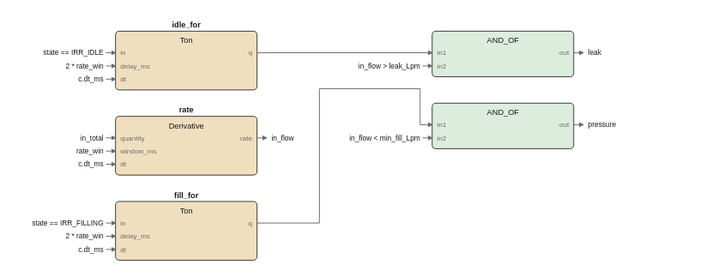
pstch/botanik2 keeps this draw.io diagram as images/logic/irr_mtr_input_fbd.drawio.svg. Above is the earlier version. Source tidied: cells renumbered, new cells last; positions are measured from the earlier drawing's top-left corner, leaving out a move shared by most shapes.
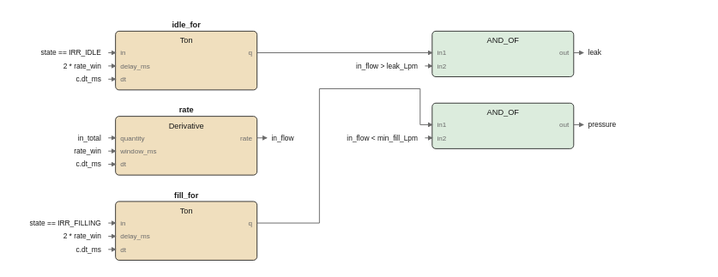
The same diagram one commit later.

Change to the diagram source:
```diff
@@ -95,43 +95,35 @@
     <mxCell id="32" value="out" style="text;html=1;whiteSpace=nowrap;fontSize=6;fontColor=#6b6b6b;align=right;verticalAlign=middle;" parent="1" vertex="1">
       <mxGeometry x="438" y="83.7" width="20" height="9.8" as="geometry" />
     </mxCell>
-    <mxCell id="33" style="edgeStyle=none;html=1;strokeColor=#6b6b6b;endArrow=block;" parent="1" edge="1">
+    <mxCell id="33" style="edgeStyle=none;html=1;strokeColor=#6b6b6b;endArrow=block;exitX=1;exitY=0.3673;exitDx=0;exitDy=0;" parent="1" edge="1" source="9">
       <mxGeometry relative="1" as="geometry">
-        <mxPoint x="198" y="99" as="sourcePoint" />
         <mxPoint x="206" y="99" as="targetPoint" />
       </mxGeometry>
     </mxCell>
     <mxCell id="34" value="in_flow" style="text;html=1;whiteSpace=nowrap;fontSize=6;fontColor=#1a1a1a;align=left;verticalAlign=middle;" parent="1" vertex="1">
       <mxGeometry x="210" y="94.5" width="27.1" height="10" as="geometry" />
     </mxCell>
-    <mxCell id="35" style="edgeStyle=none;html=1;strokeColor=#6b6b6b;endArrow=block;" parent="1" edge="1">
+    <mxCell id="35" style="edgeStyle=none;html=1;strokeColor=#6b6b6b;endArrow=block;exitX=1;exitY=0.4737;exitDx=0;exitDy=0;" parent="1" edge="1" source="23">
       <mxGeometry relative="1" as="geometry">
-        <mxPoint x="462" y="28" as="sourcePoint" />
         <mxPoint x="470" y="28" as="targetPoint" />
       </mxGeometry>
     </mxCell>
     <mxCell id="36" value="leak" style="text;html=1;whiteSpace=nowrap;fontSize=6;fontColor=#1a1a1a;align=left;verticalAlign=middle;" parent="1" vertex="1">
       <mxGeometry x="474" y="23.5" width="20" height="10" as="geometry" />
     </mxCell>
-    <mxCell id="37" style="edgeStyle=none;html=1;strokeColor=#6b6b6b;endArrow=block;" parent="1" edge="1">
+    <mxCell id="37" style="edgeStyle=none;html=1;strokeColor=#6b6b6b;endArrow=block;exitX=1;exitY=0.4737;exitDx=0;exitDy=0;" parent="1" edge="1" source="28">
       <mxGeometry relative="1" as="geometry">
-        <mxPoint x="462" y="88" as="sourcePoint" />
         <mxPoint x="470" y="88" as="targetPoint" />
       </mxGeometry>
     </mxCell>
     <mxCell id="38" value="pressure" style="text;html=1;whiteSpace=nowrap;fontSize=6;fontColor=#1a1a1a;align=left;verticalAlign=middle;" parent="1" vertex="1">
       <mxGeometry x="474" y="83.5" width="30.4" height="10" as="geometry" />
     </mxCell>
-    <mxCell id="39" style="edgeStyle=none;html=1;strokeColor=#6b6b6b;endArrow=block;" parent="1" edge="1">
-      <mxGeometry relative="1" as="geometry">
-        <mxPoint x="198" y="28" as="sourcePoint" />
-        <mxPoint x="344" y="28" as="targetPoint" />
-      </mxGeometry>
+    <mxCell id="39" style="edgeStyle=none;html=1;strokeColor=#6b6b6b;endArrow=block;exitX=1;exitY=0.3673;exitDx=0;exitDy=0;entryX=0;entryY=0.4737;entryDx=0;entryDy=0;" parent="1" edge="1" source="2" target="23">
+      <mxGeometry relative="1" as="geometry" />
     </mxCell>
-    <mxCell id="40" style="edgeStyle=none;html=1;strokeColor=#6b6b6b;endArrow=block;" parent="1" edge="1">
+    <mxCell id="40" style="edgeStyle=none;html=1;strokeColor=#6b6b6b;endArrow=block;exitX=1;exitY=0.3673;exitDx=0;exitDy=0;entryX=0;entryY=0.4737;entryDx=0;entryDy=0;" parent="1" edge="1" source="16" target="28">
       <mxGeometry relative="1" as="geometry">
-        <mxPoint x="198" y="170" as="sourcePoint" />
-        <mxPoint x="344" y="88" as="targetPoint" />
         <Array as="points">
           <mxPoint x="250" y="170" />
           <mxPoint x="250" y="58" />
@@ -141,102 +133,91 @@
       </mxGeometry>
     </mxCell>
     <mxCell id="41" value="in_total" style="text;html=1;whiteSpace=nowrap;fontSize=6;fontColor=#1a1a1a;align=right;verticalAlign=middle;" parent="1" vertex="1">
-      <mxGeometry x="39.6" y="94.5" width="30.4" height="10" as="geometry" />
+      <mxGeometry x="37.6" y="94.5" width="30.4" height="10" as="geometry" />
     </mxCell>
-    <mxCell id="42" style="edgeStyle=none;html=1;strokeColor=#6b6b6b;endArrow=block;" parent="1" edge="1">
+    <mxCell id="42" style="edgeStyle=none;html=1;strokeColor=#6b6b6b;endArrow=block;entryX=0;entryY=0.3673;entryDx=0;entryDy=0;" parent="1" edge="1" target="9">
       <mxGeometry relative="1" as="geometry">
-        <mxPoint x="72" y="99" as="sourcePoint" />
-        <mxPoint x="80" y="99" as="targetPoint" />
+        <mxPoint x="74" y="99" as="sourcePoint" />
       </mxGeometry>
     </mxCell>
     <mxCell id="43" value="rate_win" style="text;html=1;whiteSpace=nowrap;fontSize=6;fontColor=#1a1a1a;align=right;verticalAlign=middle;" parent="1" vertex="1">
-      <mxGeometry x="39.6" y="105.5" width="30.4" height="10" as="geometry" />
+      <mxGeometry x="37.6" y="105.5" width="30.4" height="10" as="geometry" />
     </mxCell>
-    <mxCell id="44" style="edgeStyle=none;html=1;strokeColor=#6b6b6b;endArrow=block;" parent="1" edge="1">
+    <mxCell id="44" style="edgeStyle=none;html=1;strokeColor=#6b6b6b;endArrow=block;entryX=0;entryY=0.5918;entryDx=0;entryDy=0;" parent="1" edge="1" target="9">
       <mxGeometry relative="1" as="geometry">
-        <mxPoint x="72" y="110" as="sourcePoint" />
-        <mxPoint x="80" y="110" as="targetPoint" />
+        <mxPoint x="74" y="110" as="sourcePoint" />
       </mxGeometry>
     </mxCell>
     <mxCell id="45" value="c.dt_ms" style="text;html=1;whiteSpace=nowrap;fontSize=6;fontColor=#1a1a1a;align=right;verticalAlign=middle;" parent="1" vertex="1">
-      <mxGeometry x="42.9" y="116.5" width="27.1" height="10" as="geometry" />
+      <mxGeometry x="40.9" y="116.5" width="27.1" height="10" as="geometry" />
     </mxCell>
-    <mxCell id="46" style="edgeStyle=none;html=1;strokeColor=#6b6b6b;endArrow=block;" parent="1" edge="1">
+    <mxCell id="46" style="edgeStyle=none;html=1;strokeColor=#6b6b6b;endArrow=block;entryX=0;entryY=0.8163;entryDx=0;entryDy=0;" parent="1" edge="1" target="9">
       <mxGeometry relative="1" as="geometry">
-        <mxPoint x="72" y="121" as="sourcePoint" />
-        <mxPoint x="80" y="121" as="targetPoint" />
+        <mxPoint x="74" y="121" as="sourcePoint" />
       </mxGeometry>
     </mxCell>
     <mxCell id="47" value="state == IRR_IDLE" style="text;html=1;whiteSpace=nowrap;fontSize=6;fontColor=#1a1a1a;align=right;verticalAlign=middle;" parent="1" vertex="1">
-      <mxGeometry x="9.9" y="23.5" width="60.1" height="10" as="geometry" />
+      <mxGeometry x="7.9" y="23.5" width="60.1" height="10" as="geometry" />
     </mxCell>
-    <mxCell id="48" style="edgeStyle=none;html=1;strokeColor=#6b6b6b;endArrow=block;" parent="1" edge="1">
+    <mxCell id="48" style="edgeStyle=none;html=1;strokeColor=#6b6b6b;endArrow=block;entryX=0;entryY=0.3673;entryDx=0;entryDy=0;" parent="1" edge="1" target="2">
       <mxGeometry relative="1" as="geometry">
-        <mxPoint x="72" y="28" as="sourcePoint" />
-        <mxPoint x="80" y="28" as="targetPoint" />
+        <mxPoint x="74" y="28" as="sourcePoint" />
       </mxGeometry>
     </mxCell>
     <mxCell id="49" value="2 * rate_win" style="text;html=1;whiteSpace=nowrap;fontSize=6;fontColor=#1a1a1a;align=right;verticalAlign=middle;" parent="1" vertex="1">
-      <mxGeometry x="26.4" y="34.5" width="43.6" height="10" as="geometry" />
+      <mxGeometry x="24.4" y="34.5" width="43.6" height="10" as="geometry" />
     </mxCell>
-    <mxCell id="50" style="edgeStyle=none;html=1;strokeColor=#6b6b6b;endArrow=block;" parent="1" edge="1">
+    <mxCell id="50" style="edgeStyle=none;html=1;strokeColor=#6b6b6b;endArrow=block;entryX=0;entryY=0.5918;entryDx=0;entryDy=0;" parent="1" edge="1" target="2">
       <mxGeometry relative="1" as="geometry">
-        <mxPoint x="72" y="39" as="sourcePoint" />
-        <mxPoint x="80" y="39" as="targetPoint" />
+        <mxPoint x="74" y="39" as="sourcePoint" />
       </mxGeometry>
     </mxCell>
     <mxCell id="51" value="c.dt_ms" style="text;html=1;whiteSpace=nowrap;fontSize=6;fontColor=#1a1a1a;align=right;verticalAlign=middle;" parent="1" vertex="1">
-      <mxGeometry x="42.9" y="45.5" width="27.1" height="10" as="geometry" />
+      <mxGeometry x="40.9" y="45.5" width="27.1" height="10" as="geometry" />
     </mxCell>
-    <mxCell id="52" style="edgeStyle=none;html=1;strokeColor=#6b6b6b;endArrow=block;" parent="1" edge="1">
+    <mxCell id="52" style="edgeStyle=none;html=1;strokeColor=#6b6b6b;endArrow=block;entryX=0;entryY=0.8163;entryDx=0;entryDy=0;" parent="1" edge="1" target="2">
       <mxGeometry relative="1" as="geometry">
-        <mxPoint x="72" y="50" as="sourcePoint" />
-        <mxPoint x="80" y="50" as="targetPoint" />
+        <mxPoint x="74" y="50" as="sourcePoint" />
       </mxGeometry>
     </mxCell>
     <mxCell id="53" value="in_flow &gt; leak_Lpm" style="text;html=1;whiteSpace=nowrap;fontSize=6;fontColor=#1a1a1a;align=right;verticalAlign=middle;" parent="1" vertex="1">
-      <mxGeometry x="270.6" y="34.5" width="63.4" height="10" as="geometry" />
+      <mxGeometry x="268.6" y="34.5" width="63.4" height="10" as="geometry" />
     </mxCell>
-    <mxCell id="54" style="edgeStyle=none;html=1;strokeColor=#6b6b6b;endArrow=block;" parent="1" edge="1">
+    <mxCell id="54" style="edgeStyle=none;html=1;strokeColor=#6b6b6b;endArrow=block;entryX=0;entryY=0.7632;entryDx=0;entryDy=0;" parent="1" edge="1" target="23">
       <mxGeometry relative="1" as="geometry">
-        <mxPoint x="336" y="39" as="sourcePoint" />
-        <mxPoint x="344" y="39" as="targetPoint" />
+        <mxPoint x="338" y="39" as="sourcePoint" />
       </mxGeometry>
     </mxCell>
     <mxCell id="55" value="state == IRR_FILLING" style="text;html=1;whiteSpace=nowrap;fontSize=6;fontColor=#1a1a1a;align=right;verticalAlign=middle;" parent="1" vertex="1">
-      <mxGeometry y="165.5" width="70" height="10" as="geometry" />
+      <mxGeometry x="-2" y="165.5" width="70" height="10" as="geometry" />
     </mxCell>
-    <mxCell id="56" style="edgeStyle=none;html=1;strokeColor=#6b6b6b;endArrow=block;" parent="1" edge="1">
+    <mxCell id="56" style="edgeStyle=none;html=1;strokeColor=#6b6b6b;endArrow=block;entryX=0;entryY=0.3673;entryDx=0;entryDy=0;" parent="1" edge="1" target="16">
       <mxGeometry relative="1" as="geometry">
-        <mxPoint x="72" y="170" as="sourcePoint" />
-        <mxPoint x="80" y="170" as="targetPoint" />
+        <mxPoint x="74" y="170" as="sourcePoint" />
       </mxGeometry>
     </mxCell>
     <mxCell id="57" value="2 * rate_win" style="text;html=1;whiteSpace=nowrap;fontSize=6;fontColor=#1a1a1a;align=right;verticalAlign=middle;" parent="1" vertex="1">
-      <mxGeometry x="26.4" y="176.5" width="43.6" height="10" as="geometry" />
+      <mxGeometry x="24.4" y="176.5" width="43.6" height="10" as="geometry" />
     </mxCell>
-    <mxCell id="58" style="edgeStyle=none;html=1;strokeColor=#6b6b6b;endArrow=block;" parent="1" edge="1">
+    <mxCell id="58" style="edgeStyle=none;html=1;strokeColor=#6b6b6b;endArrow=block;entryX=0;entryY=0.5918;entryDx=0;entryDy=0;" parent="1" edge="1" target="16">
       <mxGeometry relative="1" as="geometry">
-        <mxPoint x="72" y="181" as="sourcePoint" />
-        <mxPoint x="80" y="181" as="targetPoint" />
+        <mxPoint x="74" y="181" as="sourcePoint" />
       </mxGeometry>
     </mxCell>
     <mxCell id="59" value="c.dt_ms" style="text;html=1;whiteSpace=nowrap;fontSize=6;fontColor=#1a1a1a;align=right;verticalAlign=middle;" parent="1" vertex="1">
-      <mxGeometry x="42.9" y="187.5" width="27.1" height="10" as="geometry" />
+      <mxGeometry x="40.9" y="187.5" width="27.1" height="10" as="geometry" />
     </mxCell>
-    <mxCell id="60" style="edgeStyle=none;html=1;strokeColor=#6b6b6b;endArrow=block;" parent="1" edge="1">
+    <mxCell id="60" style="edgeStyle=none;html=1;strokeColor=#6b6b6b;endArrow=block;entryX=0;entryY=0.8163;entryDx=0;entryDy=0;" parent="1" edge="1" target="16">
       <mxGeometry relative="1" as="geometry">
-        <mxPoint x="72" y="192" as="sourcePoint" />
-        <mxPoint x="80" y="192" as="targetPoint" />
+        <mxPoint x="74" y="192" as="sourcePoint" />
       </mxGeometry>
     </mxCell>
     <mxCell id="61" value="in_flow &lt; min_fill_Lpm" style="text;html=1;whiteSpace=nowrap;fontSize=6;fontColor=#1a1a1a;align=right;verticalAlign=middle;" parent="1" vertex="1">
-      <mxGeometry x="257.4" y="94.5" width="76.6" height="10" as="geometry" />
+      <mxGeometry x="255.4" y="94.5" width="76.6" height="10" as="geometry" />
     </mxCell>
-    <mxCell id="62" style="edgeStyle=none;html=1;strokeColor=#6b6b6b;endArrow=block;" parent="1" edge="1">
+    <mxCell id="62" style="edgeStyle=none;html=1;strokeColor=#6b6b6b;endArrow=block;entryX=0;entryY=0.7632;entryDx=0;entryDy=0;" parent="1" edge="1" target="28">
       <mxGeometry relative="1" as="geometry">
-        <mxPoint x="336" y="99" as="sourcePoint" />
-        <mxPoint x="344" y="99" as="targetPoint" />
+        <mxPoint x="338" y="99" as="sourcePoint" />
       </mxGeometry>
     </mxCell>
   </root>
```
